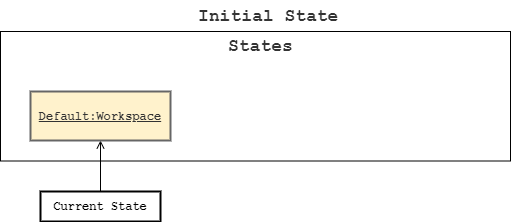
Earlier version of the draw.io export docs/images/WorkspaceCommand-Initial-State.png (nus-cs2113-AY2021S1/tp). Source tidied: cells renumbered, new cells last; positions are measured from the earlier drawing's top-left corner, leaving out a move shared by most shapes.
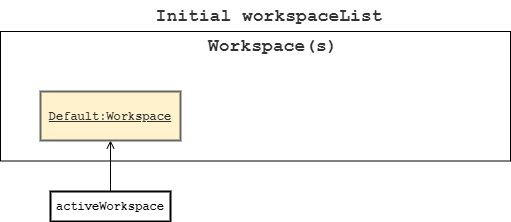
The same file after the commit.

The edit, as a diff of the source:
```diff
@@ -2,23 +2,23 @@
   <root>
     <mxCell id="0" />
     <mxCell id="1" parent="0" />
-    <mxCell id="2" value="Initial State" style="group;spacingLeft=8;align=left;spacing=0;strokeColor=none;whiteSpace=wrap;fontSize=18;fontColor=#333333;strokeOpacity=100;fillOpacity=0;rounded=1;absoluteArcSize=1;arcSize=7.199999999999999;fillColor=#ffffff;strokeWidth=2;verticalAlign=middle;html=1;fontFamily=Courier New;fontStyle=1;" parent="1" vertex="1">
-      <mxGeometry x="190" width="150" height="30" as="geometry" />
+    <mxCell id="2" value="Initial workspaceList" style="group;spacingLeft=8;align=center;spacing=0;strokeColor=none;whiteSpace=wrap;fontSize=18;fontColor=#333333;strokeOpacity=100;fillOpacity=0;rounded=1;absoluteArcSize=1;arcSize=7.199999999999999;fillColor=#ffffff;strokeWidth=2;verticalAlign=middle;html=1;fontFamily=Courier New;fontStyle=1;" parent="1" vertex="1">
+      <mxGeometry x="105" width="300" height="30" as="geometry" />
     </mxCell>
-    <mxCell id="3" value="States" style="group;spacingLeft=8;align=left;spacing=0;strokeColor=none;whiteSpace=wrap;fontSize=18;fontColor=#333333;strokeOpacity=100;fillOpacity=0;rounded=1;absoluteArcSize=1;arcSize=7.199999999999999;fillColor=#ffffff;strokeWidth=2;verticalAlign=middle;html=1;fontFamily=Courier New;fontStyle=1;" parent="1" vertex="1">
-      <mxGeometry x="220" y="30" width="90" height="30" as="geometry" />
+    <mxCell id="3" value="Workspace(s)" style="group;spacingLeft=8;align=left;spacing=0;strokeColor=none;whiteSpace=wrap;fontSize=18;fontColor=#333333;strokeOpacity=100;fillOpacity=0;rounded=1;absoluteArcSize=1;arcSize=7.199999999999999;fillColor=#ffffff;strokeWidth=2;verticalAlign=middle;html=1;fontFamily=Courier New;fontStyle=1;" parent="1" vertex="1">
+      <mxGeometry x="190" y="30" width="150" height="30" as="geometry" />
     </mxCell>
     <mxCell id="4" style="edgeStyle=orthogonalEdgeStyle;rounded=0;jettySize=auto;html=1;entryX=0.5;entryY=1;entryDx=0;entryDy=0;endArrow=open;endFill=0;" parent="1" edge="1" source="5" target="6">
       <mxGeometry relative="1" as="geometry" />
     </mxCell>
-    <mxCell id="5" value="Current State" style="html=1;whiteSpace=wrap;whiteSpace=wrap;fontSize=12;fontStyle=1;whiteSpace=wrap;spacing=0;strokeOpacity=100;fillOpacity=100;strokeWidth=2;fontFamily=Courier New;" parent="1" vertex="1">
+    <mxCell id="5" value="activeWorkspace" style="html=1;whiteSpace=wrap;whiteSpace=wrap;fontSize=12;fontStyle=1;whiteSpace=wrap;spacing=0;strokeOpacity=100;fillOpacity=100;strokeWidth=2;fontFamily=Courier New;" parent="1" vertex="1">
       <mxGeometry x="40" y="190" width="120" height="30" as="geometry" />
     </mxCell>
     <mxCell id="6" value="&lt;u&gt;Default:Workspace&lt;/u&gt;" style="html=1;whiteSpace=wrap;whiteSpace=wrap;fontSize=12;fontStyle=1;whiteSpace=wrap;spacing=0;strokeColor=#666666;strokeOpacity=100;fillOpacity=100;strokeWidth=2;fontFamily=Courier New;fontColor=#333333;fillColor=#FFF2CC;" parent="1" vertex="1">
       <mxGeometry x="30" y="90" width="140" height="49" as="geometry" />
     </mxCell>
     <mxCell id="7" style="verticalLabelPosition=bottom;verticalAlign=top;html=1;shape=mxgraph.basic.rect;fillColor2=none;strokeWidth=1;size=20;indent=5;fontFamily=Courier New;fontSize=12;fillColor=none;" parent="1" vertex="1">
-      <mxGeometry y="30" width="510" height="129.5" as="geometry" />
+      <mxGeometry x="-10" y="30" width="510" height="129.5" as="geometry" />
     </mxCell>
   </root>
 </mxGraphModel>
```
